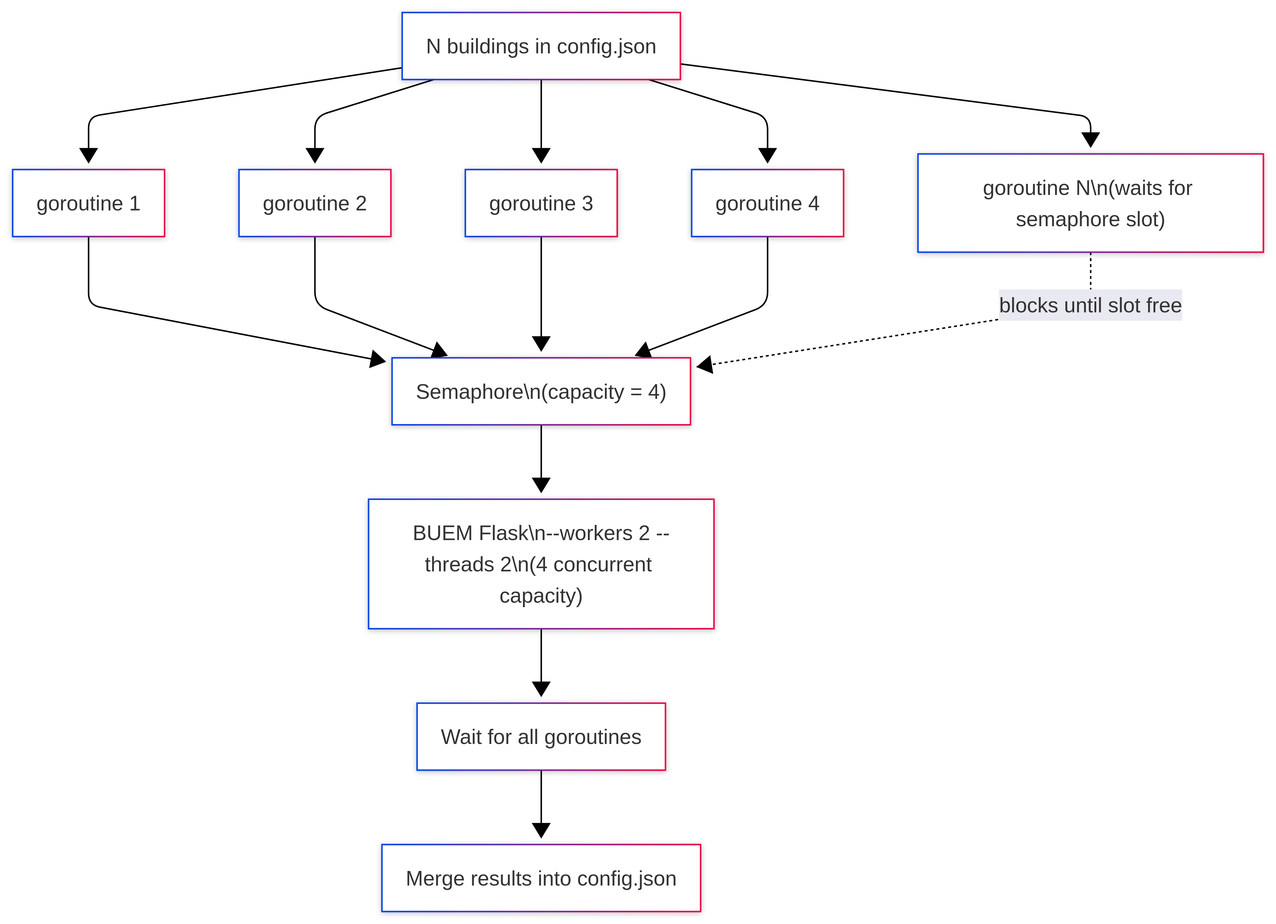
Above: docs/assets/diagrams/concurrency/concurrency.png in enerplanet/buem-gateway (Mermaid), before the change. Its source is kept beside it as docs/assets/diagrams/concurrency/concurrency.mmd.
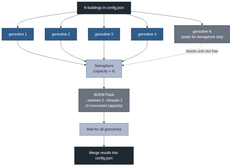
Above is the later version.

What changed in the source:
```diff
@@ -24,3 +24,14 @@
     SEM --> BUEM
     BUEM --> WAIT
     WAIT --> MERGE
+
+    classDef active  fill:#2f5d8a,stroke:#1f2933,color:#ffffff
+    classDef waiting fill:#6b7280,stroke:#1f2933,color:#ffffff
+    classDef control fill:#b0bacf,stroke:#2f5d8a,color:#1f2933
+    classDef dark    fill:#1f2933,stroke:#1f2933,color:#ffffff
+
+    class S1,S2,S3,S4 active
+    class SN waiting
+    class SEM,WAIT control
+    class START,MERGE dark
+    class BUEM waiting
```
